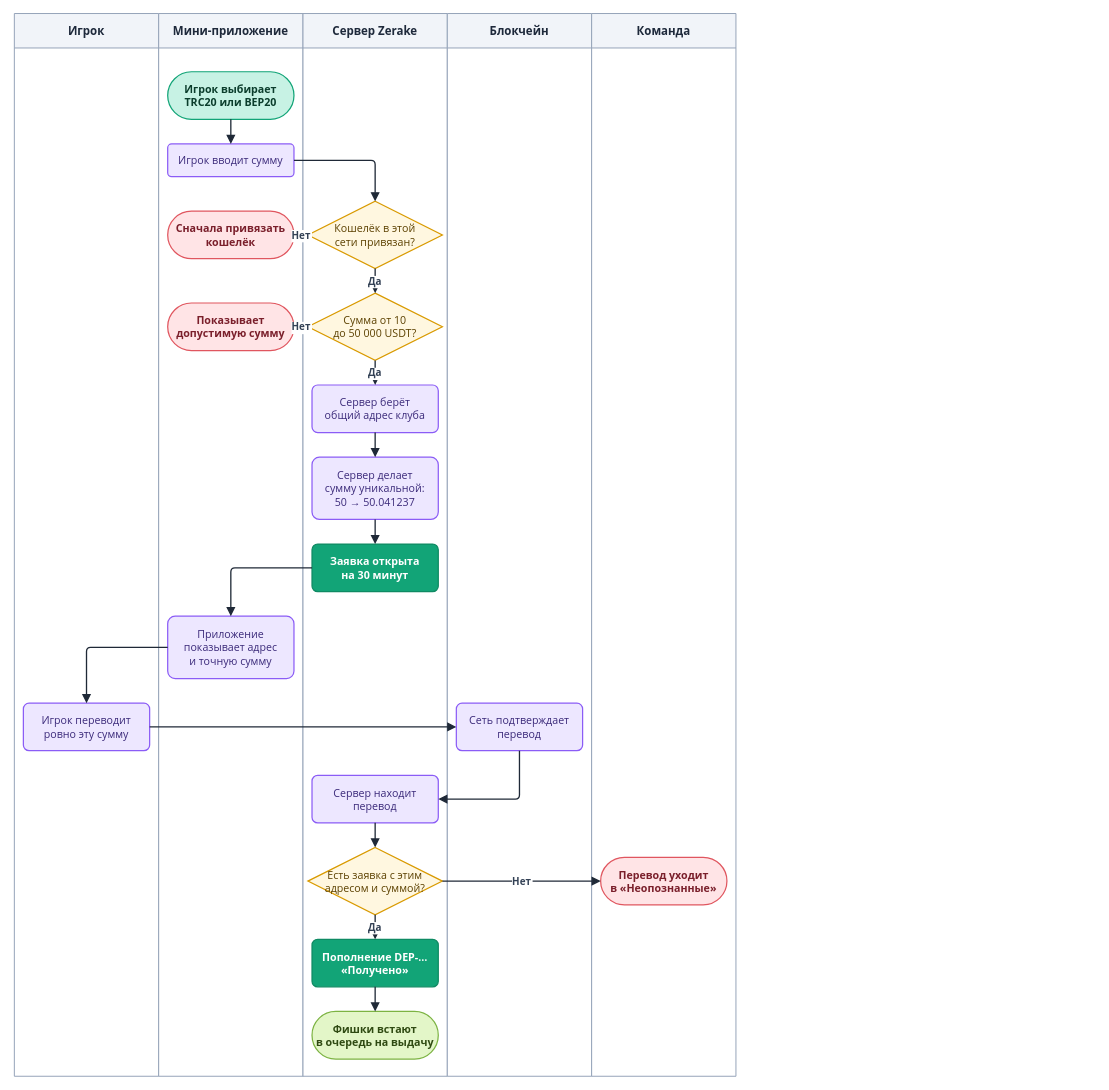
Earlier version of the draw.io diagram diagrams/drawio/deposit-request.drawio (LILSUFFER/zerake-docs). Source tidied: cells renumbered, new cells numbered last; positions are measured from the earlier drawing's top-left corner, leaving out a move shared by most shapes. Both pictures are drawn from the tidied source at 82%, with x=0, y=0 at pixel (14, 13).
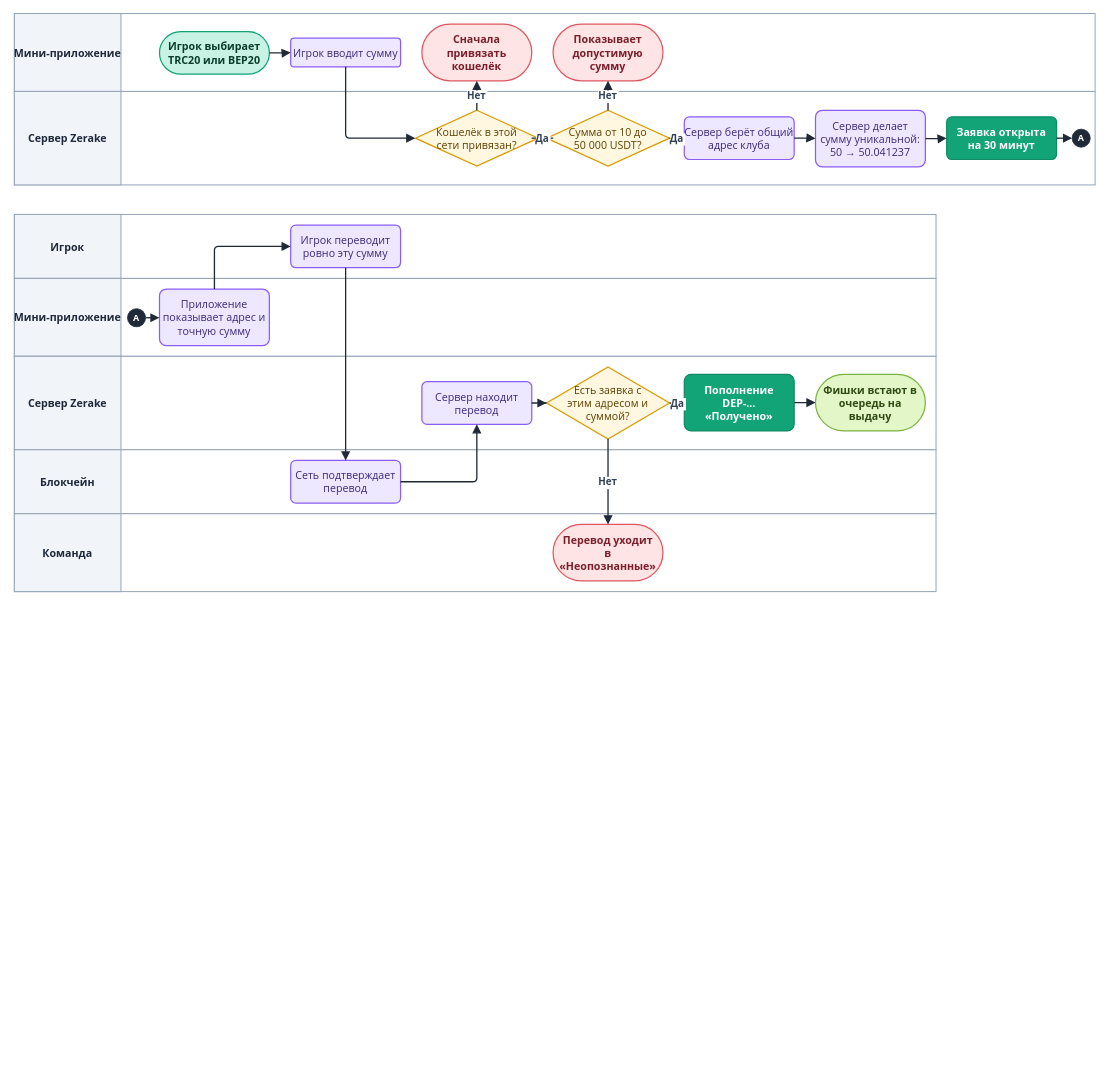
After the change.

What changed in the source:
```diff
@@
+    <mxCell id="40" style="rounded=0;html=0;fillColor=#FFFFFF;strokeColor=#94A3B8;strokeWidth=1.2;" parent="1" vertex="1">
+      <mxGeometry width="1318" height="95" as="geometry" />
+    </mxCell>
+    <mxCell id="41" value="Мини-приложение" style="rounded=0;html=0;fillColor=#F1F4F9;strokeColor=#94A3B8;strokeWidth=1.2;fontColor=#1E293B;fontStyle=1;fontSize=13;fontFamily=Segoe UI;align=center;verticalAlign=middle;" parent="1" vertex="1">
+      <mxGeometry width="130" height="95" as="geometry" />
+    </mxCell>
+    <mxCell id="42" style="rounded=0;html=0;fillColor=#FFFFFF;strokeColor=#94A3B8;strokeWidth=1.2;" parent="1" vertex="1">
+      <mxGeometry y="95" width="1318" height="114" as="geometry" />
+    </mxCell>
+    <mxCell id="43" value="Сервер Zerake" style="rounded=0;html=0;fillColor=#F1F4F9;strokeColor=#94A3B8;strokeWidth=1.2;fontColor=#1E293B;fontStyle=1;fontSize=13;fontFamily=Segoe UI;align=center;verticalAlign=middle;" parent="1" vertex="1">
+      <mxGeometry y="95" width="130" height="114" as="geometry" />
+    </mxCell>
+    <mxCell id="44" style="rounded=0;html=0;fillColor=#FFFFFF;strokeColor=#94A3B8;strokeWidth=1.2;" parent="1" vertex="1">
+      <mxGeometry y="245" width="1124" height="78" as="geometry" />
+    </mxCell>
-    <mxCell id="2" value="Игрок" style="swimlane;horizontal=1;startSize=42;fillColor=#F1F4F9;swimlaneFillColor=#FFFFFF;strokeColor=#94A3B8;fontColor=#1E293B;fontStyle=1;fontSize=14;fontFamily=Segoe UI;strokeWidth=1.2;" parent="1" vertex="1">
-      <mxGeometry width="176" height="1296" as="geometry" />
+    <mxCell id="2" value="Игрок" style="rounded=0;html=0;fillColor=#F1F4F9;strokeColor=#94A3B8;strokeWidth=1.2;fontColor=#1E293B;fontStyle=1;fontSize=13;fontFamily=Segoe UI;align=center;verticalAlign=middle;" parent="1" vertex="1">
+      <mxGeometry y="245" width="130" height="78" as="geometry" />
     </mxCell>
-    <mxCell id="3" value="Мини-приложение" style="swimlane;horizontal=1;startSize=42;fillColor=#F1F4F9;swimlaneFillColor=#FFFFFF;strokeColor=#94A3B8;fontColor=#1E293B;fontStyle=1;fontSize=14;fontFamily=Segoe UI;strokeWidth=1.2;" parent="1" vertex="1">
-      <mxGeometry x="176" width="176" height="1296" as="geometry" />
-    </mxCell>
-    <mxCell id="4" value="Сервер Zerake" style="swimlane;horizontal=1;startSize=42;fillColor=#F1F4F9;swimlaneFillColor=#FFFFFF;strokeColor=#94A3B8;fontColor=#1E293B;fontStyle=1;fontSize=14;fontFamily=Segoe UI;strokeWidth=1.2;" parent="1" vertex="1">
-      <mxGeometry x="352" width="176" height="1296" as="geometry" />
-    </mxCell>
+    <mxCell id="45" style="rounded=0;html=0;fillColor=#FFFFFF;strokeColor=#94A3B8;strokeWidth=1.2;" parent="1" vertex="1">
+      <mxGeometry y="323" width="1124" height="95" as="geometry" />
+    </mxCell>
+    <mxCell id="46" value="Мини-приложение" style="rounded=0;html=0;fillColor=#F1F4F9;strokeColor=#94A3B8;strokeWidth=1.2;fontColor=#1E293B;fontStyle=1;fontSize=13;fontFamily=Segoe UI;align=center;verticalAlign=middle;" parent="1" vertex="1">
+      <mxGeometry y="323" width="130" height="95" as="geometry" />
+    </mxCell>
+    <mxCell id="47" style="rounded=0;html=0;fillColor=#FFFFFF;strokeColor=#94A3B8;strokeWidth=1.2;" parent="1" vertex="1">
+      <mxGeometry y="418" width="1124" height="114" as="geometry" />
+    </mxCell>
+    <mxCell id="48" value="Сервер Zerake" style="rounded=0;html=0;fillColor=#F1F4F9;strokeColor=#94A3B8;strokeWidth=1.2;fontColor=#1E293B;fontStyle=1;fontSize=13;fontFamily=Segoe UI;align=center;verticalAlign=middle;" parent="1" vertex="1">
+      <mxGeometry y="418" width="130" height="114" as="geometry" />
+    </mxCell>
+    <mxCell id="49" style="rounded=0;html=0;fillColor=#FFFFFF;strokeColor=#94A3B8;strokeWidth=1.2;" parent="1" vertex="1">
+      <mxGeometry y="532" width="1124" height="78" as="geometry" />
+    </mxCell>
-    <mxCell id="5" value="Блокчейн" style="swimlane;horizontal=1;startSize=42;fillColor=#F1F4F9;swimlaneFillColor=#FFFFFF;strokeColor=#94A3B8;fontColor=#1E293B;fontStyle=1;fontSize=14;fontFamily=Segoe UI;strokeWidth=1.2;" parent="1" vertex="1">
-      <mxGeometry x="528" width="176" height="1296" as="geometry" />
+    <mxCell id="5" value="Блокчейн" style="rounded=0;html=0;fillColor=#F1F4F9;strokeColor=#94A3B8;strokeWidth=1.2;fontColor=#1E293B;fontStyle=1;fontSize=13;fontFamily=Segoe UI;align=center;verticalAlign=middle;" parent="1" vertex="1">
+      <mxGeometry y="532" width="130" height="78" as="geometry" />
     </mxCell>
+    <mxCell id="50" style="rounded=0;html=0;fillColor=#FFFFFF;strokeColor=#94A3B8;strokeWidth=1.2;" parent="1" vertex="1">
+      <mxGeometry y="610" width="1124" height="95" as="geometry" />
+    </mxCell>
-    <mxCell id="6" value="Команда" style="swimlane;horizontal=1;startSize=42;fillColor=#F1F4F9;swimlaneFillColor=#FFFFFF;strokeColor=#94A3B8;fontColor=#1E293B;fontStyle=1;fontSize=14;fontFamily=Segoe UI;strokeWidth=1.2;" parent="1" vertex="1">
-      <mxGeometry x="704" width="176" height="1296" as="geometry" />
+    <mxCell id="6" value="Команда" style="rounded=0;html=0;fillColor=#F1F4F9;strokeColor=#94A3B8;strokeWidth=1.2;fontColor=#1E293B;fontStyle=1;fontSize=13;fontFamily=Segoe UI;align=center;verticalAlign=middle;" parent="1" vertex="1">
+      <mxGeometry y="610" width="130" height="95" as="geometry" />
     </mxCell>
     <mxCell id="7" value="Игрок выбирает&#10;TRC20 или BEP20" style="rounded=1;arcSize=50;html=0;fontStyle=1;fillColor=#C7F2E4;strokeColor=#12A477;fontColor=#0B3D2C;fontFamily=Segoe UI;fontSize=13;strokeWidth=1.5;" parent="1" vertex="1">
-      <mxGeometry x="187" y="71" width="154" height="58" as="geometry" />
+      <mxGeometry x="177" y="22" width="134" height="52" as="geometry" />
     </mxCell>
     <mxCell id="8" value="Игрок вводит сумму" style="rounded=1;arcSize=12;html=0;fillColor=#EDE7FF;strokeColor=#8B5CF6;fontColor=#3B2A7A;fontFamily=Segoe UI;fontSize=13;strokeWidth=1.5;" parent="1" vertex="1">
-      <mxGeometry x="187" y="159" width="154" height="40" as="geometry" />
+      <mxGeometry x="337" y="30" width="134" height="35" as="geometry" />
     </mxCell>
     <mxCell id="9" value="Кошелёк в этой&#10;сети привязан?" style="rhombus;html=0;fillColor=#FFF7E0;strokeColor=#D99A00;fontColor=#5C4100;fontFamily=Segoe UI;fontSize=13;strokeWidth=1.5;" parent="1" vertex="1">
-      <mxGeometry x="358" y="229" width="164" height="82" as="geometry" />
+      <mxGeometry x="489" y="118" width="150" height="68" as="geometry" />
     </mxCell>
-    <mxCell id="10" value="Сначала привязать&#10;кошелёк" style="rounded=1;arcSize=50;html=0;fontStyle=1;fillColor=#FFE4E6;strokeColor=#E0565F;fontColor=#7A1F2B;fontFamily=Segoe UI;fontSize=13;strokeWidth=1.5;" parent="1" vertex="1">
-      <mxGeometry x="187" y="241" width="154" height="58" as="geometry" />
+    <mxCell id="10" value="Сначала&#10;привязать&#10;кошелёк" style="rounded=1;arcSize=50;html=0;fontStyle=1;fillColor=#FFE4E6;strokeColor=#E0565F;fontColor=#7A1F2B;fontFamily=Segoe UI;fontSize=13;strokeWidth=1.5;" parent="1" vertex="1">
+      <mxGeometry x="497" y="13" width="134" height="69" as="geometry" />
     </mxCell>
-    <mxCell id="11" value="Сумма от 10&#10;до 50 000 USDT?" style="rhombus;html=0;fillColor=#FFF7E0;strokeColor=#D99A00;fontColor=#5C4100;fontFamily=Segoe UI;fontSize=13;strokeWidth=1.5;" parent="1" vertex="1">
-      <mxGeometry x="358" y="341" width="164" height="82" as="geometry" />
+    <mxCell id="11" value="Сумма от 10 до&#10;50 000 USDT?" style="rhombus;html=0;fillColor=#FFF7E0;strokeColor=#D99A00;fontColor=#5C4100;fontFamily=Segoe UI;fontSize=13;strokeWidth=1.5;" parent="1" vertex="1">
+      <mxGeometry x="649" y="118" width="150" height="68" as="geometry" />
     </mxCell>
-    <mxCell id="12" value="Показывает&#10;допустимую сумму" style="rounded=1;arcSize=50;html=0;fontStyle=1;fillColor=#FFE4E6;strokeColor=#E0565F;fontColor=#7A1F2B;fontFamily=Segoe UI;fontSize=13;strokeWidth=1.5;" parent="1" vertex="1">
-      <mxGeometry x="187" y="353" width="154" height="58" as="geometry" />
+    <mxCell id="12" value="Показывает&#10;допустимую&#10;сумму" style="rounded=1;arcSize=50;html=0;fontStyle=1;fillColor=#FFE4E6;strokeColor=#E0565F;fontColor=#7A1F2B;fontFamily=Segoe UI;fontSize=13;strokeWidth=1.5;" parent="1" vertex="1">
+      <mxGeometry x="657" y="13" width="134" height="69" as="geometry" />
     </mxCell>
-    <mxCell id="13" value="Сервер берёт&#10;общий адрес клуба" style="rounded=1;arcSize=12;html=0;fillColor=#EDE7FF;strokeColor=#8B5CF6;fontColor=#3B2A7A;fontFamily=Segoe UI;fontSize=13;strokeWidth=1.5;" parent="1" vertex="1">
-      <mxGeometry x="363" y="453" width="154" height="58" as="geometry" />
+    <mxCell id="13" value="Сервер берёт общий&#10;адрес клуба" style="rounded=1;arcSize=12;html=0;fillColor=#EDE7FF;strokeColor=#8B5CF6;fontColor=#3B2A7A;fontFamily=Segoe UI;fontSize=13;strokeWidth=1.5;" parent="1" vertex="1">
+      <mxGeometry x="817" y="126" width="134" height="52" as="geometry" />
     </mxCell>
     <mxCell id="14" value="Сервер делает&#10;сумму уникальной:&#10;50 → 50.041237" style="rounded=1;arcSize=12;html=0;fillColor=#EDE7FF;strokeColor=#8B5CF6;fontColor=#3B2A7A;fontFamily=Segoe UI;fontSize=13;strokeWidth=1.5;" parent="1" vertex="1">
-      <mxGeometry x="363" y="541" width="154" height="76" as="geometry" />
+      <mxGeometry x="977" y="118" width="134" height="69" as="geometry" />
     </mxCell>
     <mxCell id="15" value="Заявка открыта&#10;на 30 минут" style="rounded=1;arcSize=12;html=0;fillColor=#12A477;strokeColor=#0F8A63;fontColor=#FFFFFF;fontStyle=1;fontFamily=Segoe UI;fontSize=13;strokeWidth=1.5;" parent="1" vertex="1">
-      <mxGeometry x="363" y="647" width="154" height="58" as="geometry" />
+      <mxGeometry x="1137" y="126" width="134" height="52" as="geometry" />
     </mxCell>
-    <mxCell id="16" value="Приложение&#10;показывает адрес&#10;и точную сумму" style="rounded=1;arcSize=12;html=0;fillColor=#EDE7FF;strokeColor=#8B5CF6;fontColor=#3B2A7A;fontFamily=Segoe UI;fontSize=13;strokeWidth=1.5;" parent="1" vertex="1">
-      <mxGeometry x="187" y="735" width="154" height="76" as="geometry" />
+    <mxCell id="16" value="Приложение&#10;показывает адрес и&#10;точную сумму" style="rounded=1;arcSize=12;html=0;fillColor=#EDE7FF;strokeColor=#8B5CF6;fontColor=#3B2A7A;fontFamily=Segoe UI;fontSize=13;strokeWidth=1.5;" parent="1" vertex="1">
+      <mxGeometry x="177" y="336" width="134" height="69" as="geometry" />
     </mxCell>
     <mxCell id="17" value="Игрок переводит&#10;ровно эту сумму" style="rounded=1;arcSize=12;html=0;fillColor=#EDE7FF;strokeColor=#8B5CF6;fontColor=#3B2A7A;fontFamily=Segoe UI;fontSize=13;strokeWidth=1.5;" parent="1" vertex="1">
-      <mxGeometry x="11" y="841" width="154" height="58" as="geometry" />
+      <mxGeometry x="337" y="258" width="134" height="52" as="geometry" />
     </mxCell>
     <mxCell id="18" value="Сеть подтверждает&#10;перевод" style="rounded=1;arcSize=12;html=0;fillColor=#EDE7FF;strokeColor=#8B5CF6;fontColor=#3B2A7A;fontFamily=Segoe UI;fontSize=13;strokeWidth=1.5;" parent="1" vertex="1">
-      <mxGeometry x="539" y="841" width="154" height="58" as="geometry" />
+      <mxGeometry x="337" y="545" width="134" height="52" as="geometry" />
     </mxCell>
     <mxCell id="19" value="Сервер находит&#10;перевод" style="rounded=1;arcSize=12;html=0;fillColor=#EDE7FF;strokeColor=#8B5CF6;fontColor=#3B2A7A;fontFamily=Segoe UI;fontSize=13;strokeWidth=1.5;" parent="1" vertex="1">
-      <mxGeometry x="363" y="929" width="154" height="58" as="geometry" />
+      <mxGeometry x="497" y="449" width="134" height="52" as="geometry" />
     </mxCell>
-    <mxCell id="20" value="Есть заявка с этим&#10;адресом и суммой?" style="rhombus;html=0;fillColor=#FFF7E0;strokeColor=#D99A00;fontColor=#5C4100;fontFamily=Segoe UI;fontSize=13;strokeWidth=1.5;" parent="1" vertex="1">
-      <mxGeometry x="358" y="1017" width="164" height="82" as="geometry" />
+    <mxCell id="20" value="Есть заявка с&#10;этим адресом и&#10;суммой?" style="rhombus;html=0;fillColor=#FFF7E0;strokeColor=#D99A00;fontColor=#5C4100;fontFamily=Segoe UI;fontSize=13;strokeWidth=1.5;" parent="1" vertex="1">
+      <mxGeometry x="649" y="431" width="150" height="88" as="geometry" />
     </mxCell>
-    <mxCell id="21" value="Перевод уходит&#10;в «Неопознанные»" style="rounded=1;arcSize=50;html=0;fontStyle=1;fillColor=#FFE4E6;strokeColor=#E0565F;fontColor=#7A1F2B;fontFamily=Segoe UI;fontSize=13;strokeWidth=1.5;" parent="1" vertex="1">
-      <mxGeometry x="715" y="1029" width="154" height="58" as="geometry" />
+    <mxCell id="21" value="Перевод уходит&#10;в&#10;«Неопознанные»" style="rounded=1;arcSize=50;html=0;fontStyle=1;fillColor=#FFE4E6;strokeColor=#E0565F;fontColor=#7A1F2B;fontFamily=Segoe UI;fontSize=13;strokeWidth=1.5;" parent="1" vertex="1">
+      <mxGeometry x="657" y="623" width="134" height="69" as="geometry" />
     </mxCell>
-    <mxCell id="22" value="Пополнение DEP-…&#10;«Получено»" style="rounded=1;arcSize=12;html=0;fillColor=#12A477;strokeColor=#0F8A63;fontColor=#FFFFFF;fontStyle=1;fontFamily=Segoe UI;fontSize=13;strokeWidth=1.5;" parent="1" vertex="1">
-      <mxGeometry x="363" y="1129" width="154" height="58" as="geometry" />
+    <mxCell id="22" value="Пополнение&#10;DEP-…&#10;«Получено»" style="rounded=1;arcSize=12;html=0;fillColor=#12A477;strokeColor=#0F8A63;fontColor=#FFFFFF;fontStyle=1;fontFamily=Segoe UI;fontSize=13;strokeWidth=1.5;" parent="1" vertex="1">
+      <mxGeometry x="817" y="440" width="134" height="69" as="geometry" />
     </mxCell>
-    <mxCell id="23" value="Фишки встают&#10;в очередь на выдачу" style="rounded=1;arcSize=50;html=0;fontStyle=1;fillColor=#E3F6C8;strokeColor=#7CB342;fontColor=#2F4A12;fontFamily=Segoe UI;fontSize=13;strokeWidth=1.5;" parent="1" vertex="1">
-      <mxGeometry x="363" y="1217" width="154" height="58" as="geometry" />
+    <mxCell id="23" value="Фишки встают в&#10;очередь на&#10;выдачу" style="rounded=1;arcSize=50;html=0;fontStyle=1;fillColor=#E3F6C8;strokeColor=#7CB342;fontColor=#2F4A12;fontFamily=Segoe UI;fontSize=13;strokeWidth=1.5;" parent="1" vertex="1">
+      <mxGeometry x="977" y="440" width="134" height="69" as="geometry" />
     </mxCell>
@@
-    <mxCell id="25" style="edgeStyle=orthogonalEdgeStyle;rounded=1;arcSize=10;jettySize=auto;html=0;strokeColor=#1F2937;strokeWidth=1.6;endArrow=block;endFill=1;endSize=7;fontFamily=Segoe UI;fontSize=12;fontStyle=1;fontColor=#334155;labelBackgroundColor=#FFFFFF;" parent="1" edge="1" source="8" target="9">
+    <mxCell id="25" style="edgeStyle=orthogonalEdgeStyle;rounded=1;arcSize=10;jettySize=auto;html=0;strokeColor=#1F2937;strokeWidth=1.6;endArrow=block;endFill=1;endSize=7;fontFamily=Segoe UI;fontSize=12;fontStyle=1;fontColor=#334155;labelBackgroundColor=#FFFFFF;exitX=0.5;exitY=1;entryX=0;entryY=0.5;" parent="1" edge="1" source="8" target="9">
       <mxGeometry relative="1" as="geometry" />
     </mxCell>
@@
+    <mxCell id="51" value="A" style="ellipse;html=0;fillColor=#1F2937;strokeColor=#1F2937;fontColor=#FFFFFF;fontStyle=1;fontSize=11;fontFamily=Segoe UI;" parent="1" vertex="1">
+      <mxGeometry x="1290" y="141" width="22" height="22" as="geometry" />
+    </mxCell>
+    <mxCell id="52" value="A" style="ellipse;html=0;fillColor=#1F2937;strokeColor=#1F2937;fontColor=#FFFFFF;fontStyle=1;fontSize=11;fontFamily=Segoe UI;" parent="1" vertex="1">
+      <mxGeometry x="138" y="360" width="22" height="22" as="geometry" />
+    </mxCell>
-    <mxCell id="32" style="edgeStyle=orthogonalEdgeStyle;rounded=1;arcSize=10;jettySize=auto;html=0;strokeColor=#1F2937;strokeWidth=1.6;endArrow=block;endFill=1;endSize=7;fontFamily=Segoe UI;fontSize=12;fontStyle=1;fontColor=#334155;labelBackgroundColor=#FFFFFF;exitX=0;exitY=0.5;entryX=0.5;entryY=0;" parent="1" edge="1" source="15" target="16">
+    <mxCell id="32" style="edgeStyle=orthogonalEdgeStyle;rounded=1;arcSize=10;jettySize=auto;html=0;strokeColor=#1F2937;strokeWidth=1.6;endArrow=block;endFill=1;endSize=7;fontFamily=Segoe UI;fontSize=12;fontStyle=1;fontColor=#334155;labelBackgroundColor=#FFFFFF;exitX=1;exitY=0.5;entryX=0;entryY=0.5;" parent="1" edge="1" source="15" target="51">
       <mxGeometry relative="1" as="geometry" />
     </mxCell>
+    <mxCell id="53" style="edgeStyle=orthogonalEdgeStyle;rounded=1;arcSize=10;jettySize=auto;html=0;strokeColor=#1F2937;strokeWidth=1.6;endArrow=block;endFill=1;endSize=7;fontFamily=Segoe UI;fontSize=12;fontStyle=1;fontColor=#334155;labelBackgroundColor=#FFFFFF;exitX=1;exitY=0.5;entryX=0;entryY=0.5;" parent="1" edge="1" source="52" target="16">
+      <mxGeometry relative="1" as="geometry" />
+    </mxCell>
-    <mxCell id="33" style="edgeStyle=orthogonalEdgeStyle;rounded=1;arcSize=10;jettySize=auto;html=0;strokeColor=#1F2937;strokeWidth=1.6;endArrow=block;endFill=1;endSize=7;fontFamily=Segoe UI;fontSize=12;fontStyle=1;fontColor=#334155;labelBackgroundColor=#FFFFFF;exitX=0;exitY=0.5;entryX=0.5;entryY=0;" parent="1" edge="1" source="16" target="17">
+    <mxCell id="33" style="edgeStyle=orthogonalEdgeStyle;rounded=1;arcSize=10;jettySize=auto;html=0;strokeColor=#1F2937;strokeWidth=1.6;endArrow=block;endFill=1;endSize=7;fontFamily=Segoe UI;fontSize=12;fontStyle=1;fontColor=#334155;labelBackgroundColor=#FFFFFF;exitX=0.5;exitY=0;entryX=0;entryY=0.5;" parent="1" edge="1" source="16" target="17">
       <mxGeometry relative="1" as="geometry" />
     </mxCell>
@@
-    <mxCell id="35" style="edgeStyle=orthogonalEdgeStyle;rounded=1;arcSize=10;jettySize=auto;html=0;strokeColor=#1F2937;strokeWidth=1.6;endArrow=block;endFill=1;endSize=7;fontFamily=Segoe UI;fontSize=12;fontStyle=1;fontColor=#334155;labelBackgroundColor=#FFFFFF;exitX=0.5;exitY=1;entryX=1;entryY=0.5;" parent="1" edge="1" source="18" target="19">
+    <mxCell id="35" style="edgeStyle=orthogonalEdgeStyle;rounded=1;arcSize=10;jettySize=auto;html=0;strokeColor=#1F2937;strokeWidth=1.6;endArrow=block;endFill=1;endSize=7;fontFamily=Segoe UI;fontSize=12;fontStyle=1;fontColor=#334155;labelBackgroundColor=#FFFFFF;exitX=1;exitY=0.5;entryX=0.5;entryY=1;" parent="1" edge="1" source="18" target="19">
       <mxGeometry relative="1" as="geometry" />
     </mxCell>
```
